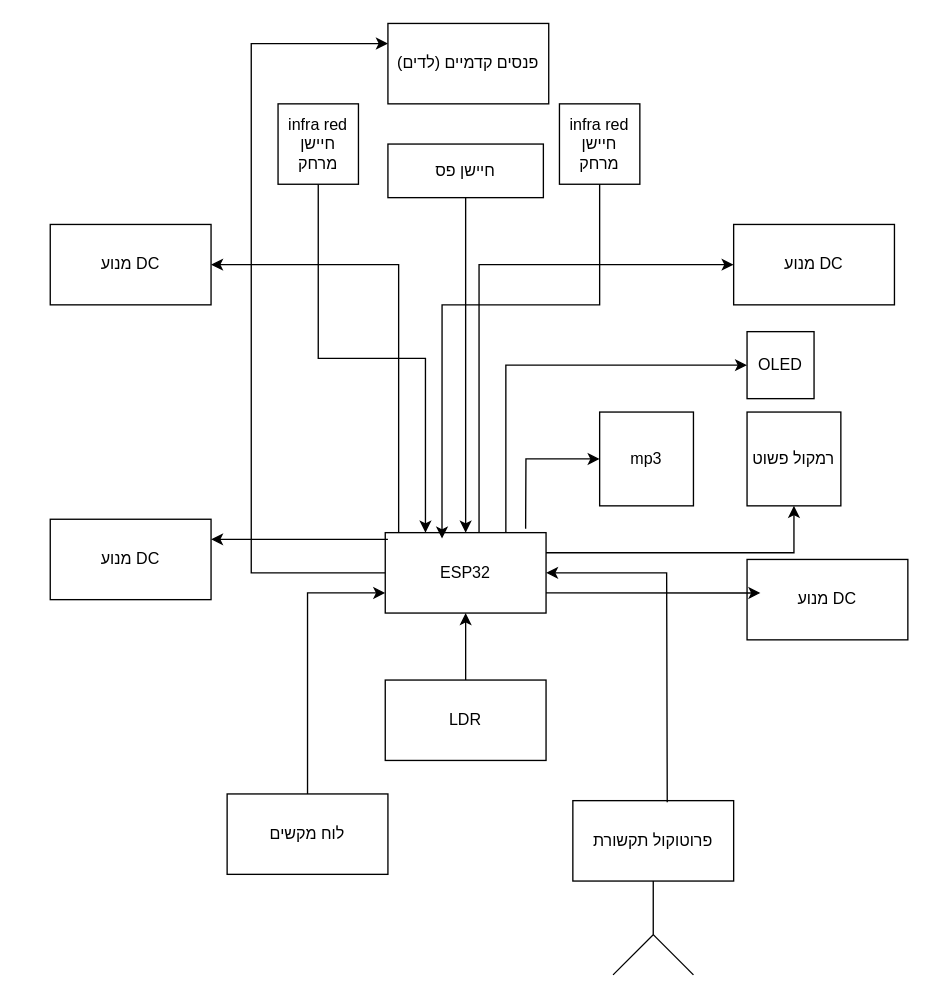
This is _תרשים מלבנים סלייב מעודכן.drawio from ShellySlavutin/Communication-of-two-autonomous-vehicles, a draw.io file, before an edit. Source tidied: cells renumbered, new cells numbered last; positions are measured from the earlier drawing's top-left corner, leaving out a move shared by most shapes. Both pictures are drawn from the tidied source at 134%, with x=0, y=0 at pixel (50, 23).
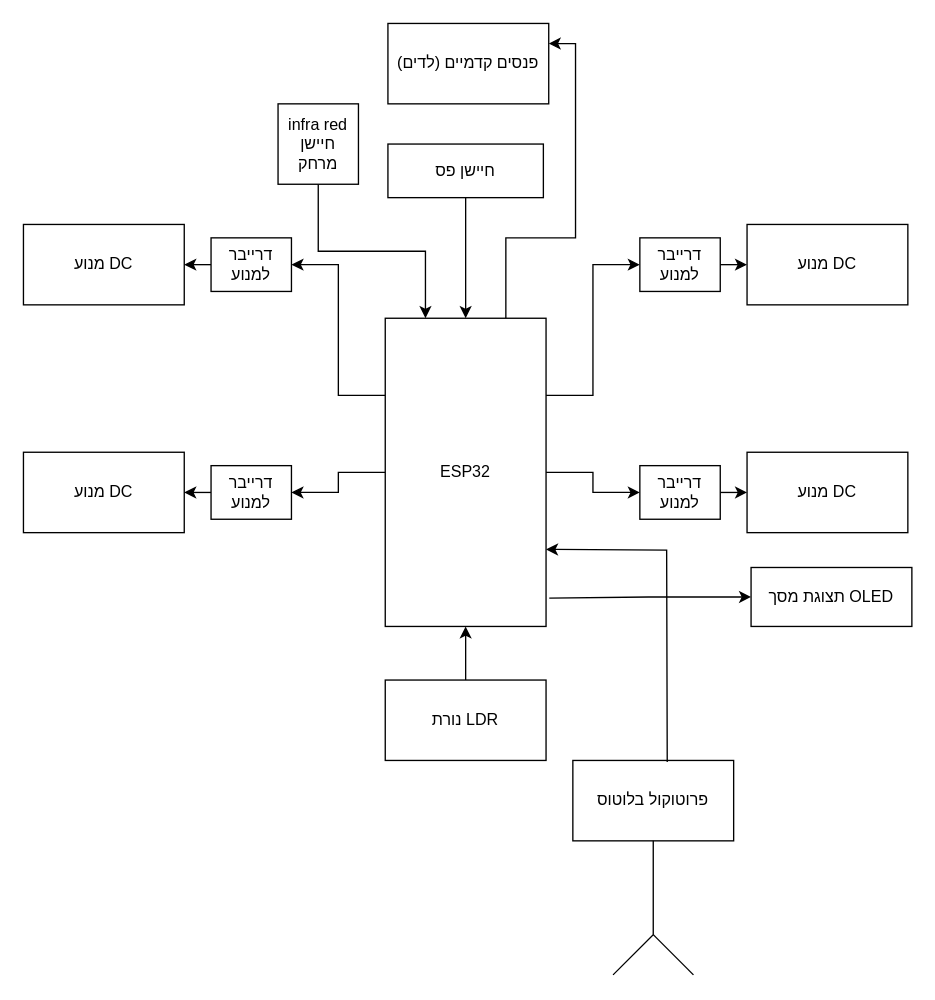
The same page after the edit.

The change refers to these unchanged cells:
```xml
<mxCell id="21" value="פנסים קדמיים (לדים)" style="rounded=0;whiteSpace=wrap;html=1;" parent="1" vertex="1">
  <mxGeometry x="252" width="120" height="60" as="geometry" />
</mxCell>
```

Diff of the diagram source:
```diff
@@
-    <mxCell id="2" style="edgeStyle=orthogonalEdgeStyle;rounded=0;jettySize=auto;html=1;entryX=1;entryY=0.5;entryDx=0;entryDy=0;" parent="1" edge="1" source="7" target="14">
-      <mxGeometry relative="1" as="geometry">
-        <Array as="points">
-          <mxPoint x="260" y="180" />
-        </Array>
-      </mxGeometry>
-    </mxCell>
-    <mxCell id="3" style="edgeStyle=orthogonalEdgeStyle;rounded=0;jettySize=auto;html=1;entryX=0;entryY=0.5;entryDx=0;entryDy=0;" parent="1" edge="1" source="7" target="16">
-      <mxGeometry relative="1" as="geometry">
-        <Array as="points">
-          <mxPoint x="320" y="180" />
-        </Array>
-      </mxGeometry>
-    </mxCell>
@@
-    <mxCell id="6" style="edgeStyle=orthogonalEdgeStyle;rounded=0;jettySize=auto;html=1;exitX=0;exitY=0.5;exitDx=0;exitDy=0;entryX=0;entryY=0.25;entryDx=0;entryDy=0;" parent="1" edge="1" source="7" target="21">
+    <mxCell id="6" style="edgeStyle=orthogonalEdgeStyle;rounded=0;jettySize=auto;html=1;exitX=0.75;exitY=0;exitDx=0;exitDy=0;entryX=1;entryY=0.25;entryDx=0;entryDy=0;" parent="1" edge="1" source="7" target="21">
       <mxGeometry relative="1" as="geometry">
         <Array as="points">
-          <mxPoint x="150" y="410" />
-          <mxPoint x="150" y="15" />
+          <mxPoint x="340" y="160" />
+          <mxPoint x="392" y="160" />
+          <mxPoint x="392" y="15" />
         </Array>
       </mxGeometry>
     </mxCell>
+    <mxCell id="33" style="edgeStyle=orthogonalEdgeStyle;rounded=0;jettySize=auto;html=1;entryX=0;entryY=0.5;entryDx=0;entryDy=0;" parent="1" edge="1" source="7" target="38">
+      <mxGeometry relative="1" as="geometry" />
+    </mxCell>
+    <mxCell id="34" style="edgeStyle=orthogonalEdgeStyle;rounded=0;jettySize=auto;html=1;entryX=1;entryY=0.5;entryDx=0;entryDy=0;" parent="1" edge="1" source="7" target="42">
+      <mxGeometry relative="1" as="geometry" />
+    </mxCell>
+    <mxCell id="35" style="edgeStyle=orthogonalEdgeStyle;rounded=0;jettySize=auto;html=1;exitX=1;exitY=0.25;exitDx=0;exitDy=0;entryX=0;entryY=0.5;entryDx=0;entryDy=0;" parent="1" edge="1" source="7" target="40">
+      <mxGeometry relative="1" as="geometry" />
+    </mxCell>
+    <mxCell id="36" style="edgeStyle=orthogonalEdgeStyle;rounded=0;jettySize=auto;html=1;exitX=0;exitY=0.25;exitDx=0;exitDy=0;entryX=1;entryY=0.5;entryDx=0;entryDy=0;" parent="1" edge="1" source="7" target="44">
+      <mxGeometry relative="1" as="geometry" />
+    </mxCell>
     <mxCell id="7" value="ESP32" style="rounded=0;whiteSpace=wrap;html=1;" parent="1" vertex="1">
-      <mxGeometry x="250" y="380" width="120" height="60" as="geometry" />
+      <mxGeometry x="250" y="220" width="120" height="230" as="geometry" />
     </mxCell>
@@
-    <mxCell id="9" value="LDR" style="rounded=0;whiteSpace=wrap;html=1;" parent="1" vertex="1">
+    <mxCell id="9" value="נורת LDR" style="rounded=0;whiteSpace=wrap;html=1;" parent="1" vertex="1">
       <mxGeometry x="250" y="490" width="120" height="60" as="geometry" />
     </mxCell>
-    <mxCell id="10" style="edgeStyle=orthogonalEdgeStyle;rounded=0;jettySize=auto;html=1;entryX=0;entryY=0.75;entryDx=0;entryDy=0;" parent="1" edge="1" source="11" target="7">
-      <mxGeometry relative="1" as="geometry" />
-    </mxCell>
-    <mxCell id="11" value="לוח מקשים" style="rounded=0;whiteSpace=wrap;html=1;" parent="1" vertex="1">
-      <mxGeometry x="132" y="575" width="120" height="60" as="geometry" />
-    </mxCell>
-    <mxCell id="12" value="פרוטוקול תקשורת" style="rounded=0;whiteSpace=wrap;html=1;" parent="1" vertex="1">
-      <mxGeometry x="390" y="580" width="120" height="60" as="geometry" />
+    <mxCell id="12" value="פרוטוקול בלוטוס" style="rounded=0;whiteSpace=wrap;html=1;" parent="1" vertex="1">
+      <mxGeometry x="390" y="550" width="120" height="60" as="geometry" />
     </mxCell>
     <mxCell id="13" value="מנוע DC" style="rounded=0;whiteSpace=wrap;html=1;" parent="1" vertex="1">
-      <mxGeometry y="370" width="120" height="60" as="geometry" />
+      <mxGeometry x="-20" y="320" width="120" height="60" as="geometry" />
     </mxCell>
     <mxCell id="14" value="מנוע DC" style="rounded=0;whiteSpace=wrap;html=1;" parent="1" vertex="1">
-      <mxGeometry y="150" width="120" height="60" as="geometry" />
+      <mxGeometry x="-20" y="150" width="120" height="60" as="geometry" />
     </mxCell>
     <mxCell id="15" value="מנוע DC" style="rounded=0;whiteSpace=wrap;html=1;" parent="1" vertex="1">
-      <mxGeometry x="520" y="400" width="120" height="60" as="geometry" />
+      <mxGeometry x="520" y="320" width="120" height="60" as="geometry" />
     </mxCell>
     <mxCell id="16" value="מנוע DC" style="rounded=0;whiteSpace=wrap;html=1;" parent="1" vertex="1">
-      <mxGeometry x="510" y="150" width="120" height="60" as="geometry" />
+      <mxGeometry x="520" y="150" width="120" height="60" as="geometry" />
     </mxCell>
-    <mxCell id="17" value="OLED" style="rounded=0;whiteSpace=wrap;html=1;" parent="1" vertex="1">
-      <mxGeometry x="520" y="230" width="50" height="50" as="geometry" />
-    </mxCell>
@@
-    <mxCell id="20" value="infra red חיישן מרחק" style="rounded=0;whiteSpace=wrap;html=1;" parent="1" vertex="1">
-      <mxGeometry x="380" y="60" width="60" height="60" as="geometry" />
-    </mxCell>
@@
-    <mxCell id="22" style="edgeStyle=orthogonalEdgeStyle;rounded=0;jettySize=auto;html=1;entryX=0.353;entryY=0.073;entryDx=0;entryDy=0;entryPerimeter=0;" parent="1" edge="1" source="20" target="7">
-      <mxGeometry relative="1" as="geometry">
-        <Array as="points">
-          <mxPoint x="410" y="210" />
-          <mxPoint x="292" y="210" />
-        </Array>
-      </mxGeometry>
-    </mxCell>
@@
-    <mxCell id="25" style="endArrow=classic;html=1;rounded=0;entryX=0;entryY=0.5;entryDx=0;entryDy=0;exitX=0.75;exitY=0;exitDx=0;exitDy=0;" parent="1" edge="1" source="7" target="17">
-      <mxGeometry relative="1" as="geometry">
-        <Array as="points">
-          <mxPoint x="340" y="255" />
-        </Array>
-      </mxGeometry>
-    </mxCell>
-    <mxCell id="26" value="mp3" style="whiteSpace=wrap;html=1;" parent="1" vertex="1">
-      <mxGeometry x="410" y="290" width="70" height="70" as="geometry" />
-    </mxCell>
-    <mxCell id="27" value="רמקול פשוט" style="whiteSpace=wrap;html=1;" parent="1" vertex="1">
-      <mxGeometry x="520" y="290" width="70" height="70" as="geometry" />
-    </mxCell>
-    <mxCell id="28" style="endArrow=classic;html=1;rounded=0;exitX=1;exitY=0.75;exitDx=0;exitDy=0;entryX=0.083;entryY=0.417;entryDx=0;entryDy=0;entryPerimeter=0;" parent="1" edge="1" source="7" target="15">
-      <mxGeometry relative="1" as="geometry" />
-    </mxCell>
-    <mxCell id="29" style="endArrow=classic;html=1;rounded=0;exitX=1;exitY=0.25;exitDx=0;exitDy=0;entryX=0.5;entryY=1;entryDx=0;entryDy=0;" parent="1" edge="1" source="7" target="27">
-      <mxGeometry relative="1" as="geometry">
-        <Array as="points">
-          <mxPoint x="555" y="395" />
-        </Array>
-      </mxGeometry>
-    </mxCell>
-    <mxCell id="30" style="endArrow=classic;html=1;rounded=0;exitX=0.873;exitY=-0.047;exitDx=0;exitDy=0;exitPerimeter=0;entryX=0;entryY=0.5;entryDx=0;entryDy=0;" parent="1" edge="1" source="7" target="26">
-      <mxGeometry relative="1" as="geometry">
-        <Array as="points">
-          <mxPoint x="355" y="325" />
-        </Array>
-      </mxGeometry>
-    </mxCell>
-    <mxCell id="31" style="endArrow=classic;html=1;rounded=0;exitX=0;exitY=0.25;exitDx=0;exitDy=0;entryX=1;entryY=0.25;entryDx=0;entryDy=0;" parent="1" edge="1" target="13">
-      <mxGeometry relative="1" as="geometry">
-        <mxPoint x="252" y="385" as="sourcePoint" />
-      </mxGeometry>
-    </mxCell>
-    <mxCell id="32" style="endArrow=classic;html=1;rounded=0;exitX=0.587;exitY=0.02;exitDx=0;exitDy=0;exitPerimeter=0;entryX=1;entryY=0.5;entryDx=0;entryDy=0;" parent="1" edge="1" source="12" target="7">
+    <mxCell id="32" style="endArrow=classic;html=1;rounded=0;exitX=0.587;exitY=0.02;exitDx=0;exitDy=0;exitPerimeter=0;entryX=1;entryY=0.75;entryDx=0;entryDy=0;" parent="1" edge="1" source="12" target="7">
       <mxGeometry relative="1" as="geometry">
         <Array as="points">
-          <mxPoint x="460" y="410" />
+          <mxPoint x="460" y="393" />
         </Array>
       </mxGeometry>
     </mxCell>
+    <mxCell id="37" style="edgeStyle=orthogonalEdgeStyle;rounded=0;jettySize=auto;html=1;exitX=1;exitY=0.5;exitDx=0;exitDy=0;entryX=0;entryY=0.5;entryDx=0;entryDy=0;" parent="1" edge="1" source="38" target="15">
+      <mxGeometry relative="1" as="geometry" />
+    </mxCell>
+    <mxCell id="38" value="דרייבר למנוע" style="rounded=0;whiteSpace=wrap;html=1;" parent="1" vertex="1">
+      <mxGeometry x="440" y="330" width="60" height="40" as="geometry" />
+    </mxCell>
+    <mxCell id="39" style="edgeStyle=orthogonalEdgeStyle;rounded=0;jettySize=auto;html=1;exitX=1;exitY=0.5;exitDx=0;exitDy=0;entryX=0;entryY=0.5;entryDx=0;entryDy=0;" parent="1" edge="1" source="40" target="16">
+      <mxGeometry relative="1" as="geometry" />
+    </mxCell>
+    <mxCell id="40" value="דרייבר למנוע" style="rounded=0;whiteSpace=wrap;html=1;" parent="1" vertex="1">
+      <mxGeometry x="440" y="160" width="60" height="40" as="geometry" />
+    </mxCell>
+    <mxCell id="41" style="edgeStyle=orthogonalEdgeStyle;rounded=0;jettySize=auto;html=1;exitX=0;exitY=0.5;exitDx=0;exitDy=0;entryX=1;entryY=0.5;entryDx=0;entryDy=0;" parent="1" edge="1" source="42" target="13">
+      <mxGeometry relative="1" as="geometry" />
+    </mxCell>
+    <mxCell id="42" value="דרייבר למנוע" style="rounded=0;whiteSpace=wrap;html=1;" parent="1" vertex="1">
+      <mxGeometry x="120" y="330" width="60" height="40" as="geometry" />
+    </mxCell>
+    <mxCell id="43" style="edgeStyle=orthogonalEdgeStyle;rounded=0;jettySize=auto;html=1;exitX=0;exitY=0.5;exitDx=0;exitDy=0;entryX=1;entryY=0.5;entryDx=0;entryDy=0;" parent="1" edge="1" source="44" target="14">
+      <mxGeometry relative="1" as="geometry" />
+    </mxCell>
+    <mxCell id="44" value="דרייבר למנוע" style="rounded=0;whiteSpace=wrap;html=1;" parent="1" vertex="1">
+      <mxGeometry x="120" y="160" width="60" height="40" as="geometry" />
+    </mxCell>
+    <mxCell id="45" style="edgeStyle=orthogonalEdgeStyle;rounded=0;orthogonalLoop=1;jettySize=auto;html=1;exitX=0.5;exitY=1;exitDx=0;exitDy=0;" parent="1" edge="1" source="42" target="42">
+      <mxGeometry relative="1" as="geometry" />
+    </mxCell>
+    <mxCell id="46" value="תצוגת מסך OLED" style="rounded=0;whiteSpace=wrap;html=1;" parent="1" vertex="1">
+      <mxGeometry x="523" y="406" width="120" height="44" as="geometry" />
+    </mxCell>
+    <mxCell id="47" style="edgeStyle=orthogonalEdgeStyle;rounded=0;jettySize=auto;html=1;entryX=1.02;entryY=0.908;entryDx=0;entryDy=0;entryPerimeter=0;endArrow=none;endFill=0;startArrow=classic;startFill=1;" parent="1" edge="1" source="46" target="7">
+      <mxGeometry relative="1" as="geometry" />
+    </mxCell>
```
